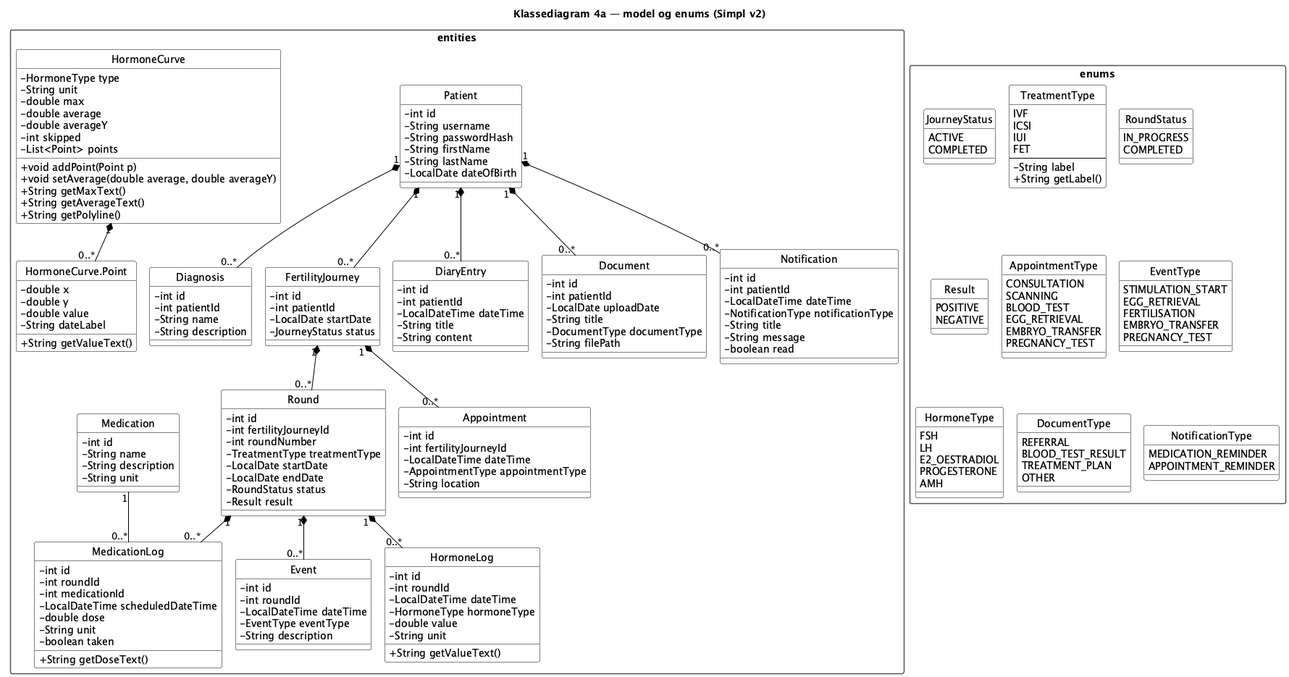
This is doc/static/Klassediagram4a.png from BesimaP/Simpl-PET-project, a PlantUML export, as it was before one commit.
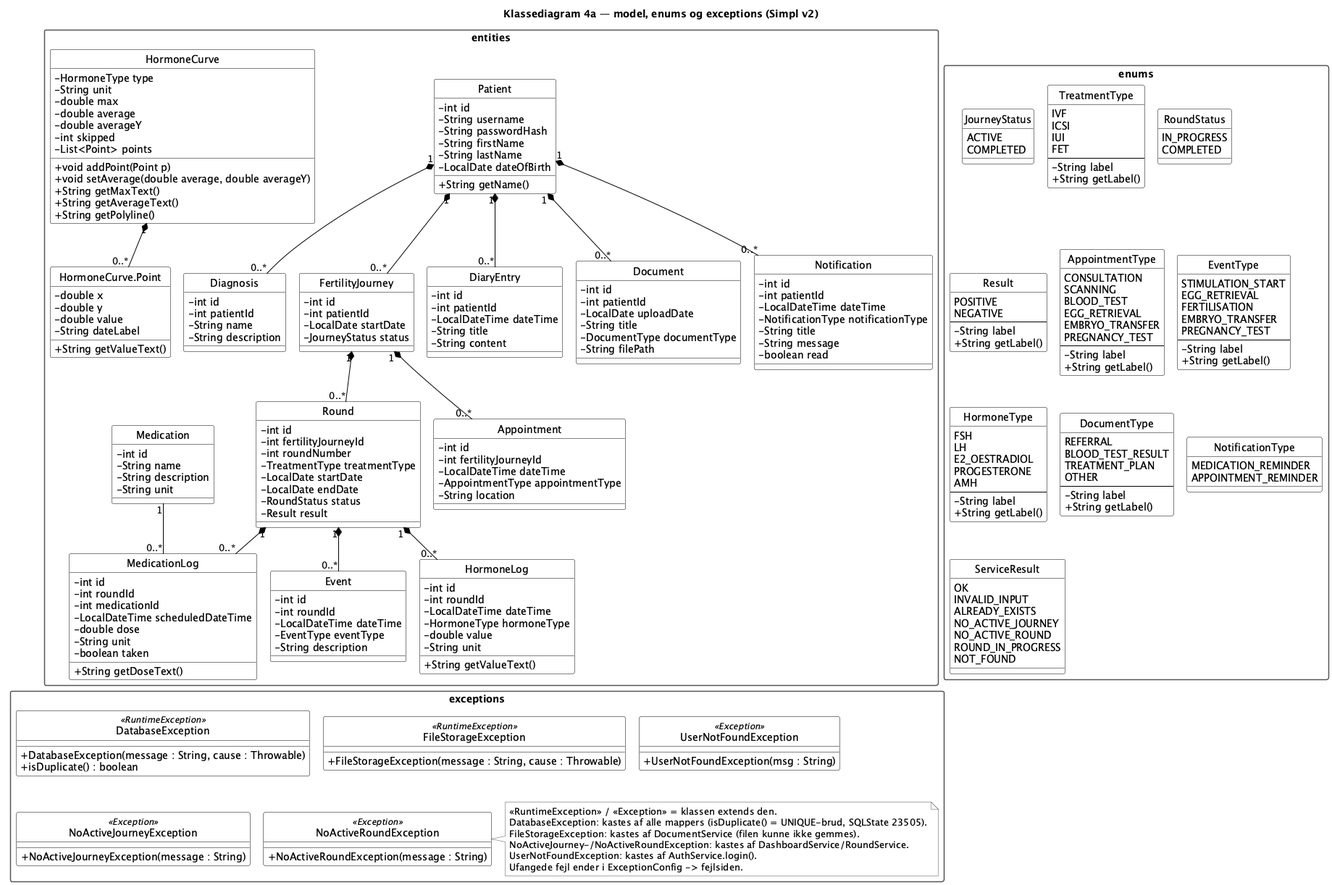
After the change.

What changed in the source:
```diff
@@ -16,7 +16,7 @@
 skinparam enumBorderColor black
 hide circle
 
-title Klassediagram 4a — model og enums (Simpl v2)
+title Klassediagram 4a — model, enums og exceptions (Simpl v2)
 
 
 package "entities" {
@@ -28,6 +28,7 @@
     - String firstName
     - String lastName
     - LocalDate dateOfBirth
+    + String getName()
   }
 
   class Diagnosis {
@@ -176,6 +177,9 @@
   enum Result {
     POSITIVE
     NEGATIVE
+    --
+    - String label
+    + String getLabel()
   }
 
   enum AppointmentType {
@@ -185,6 +189,9 @@
     EGG_RETRIEVAL
     EMBRYO_TRANSFER
     PREGNANCY_TEST
+    --
+    - String label
+    + String getLabel()
   }
 
   enum EventType {
@@ -193,6 +200,9 @@
     FERTILISATION
     EMBRYO_TRANSFER
     PREGNANCY_TEST
+    --
+    - String label
+    + String getLabel()
   }
 
   enum HormoneType {
@@ -201,6 +211,9 @@
     E2_OESTRADIOL
     PROGESTERONE
     AMH
+    --
+    - String label
+    + String getLabel()
   }
 
   enum DocumentType {
@@ -208,6 +221,9 @@
     BLOOD_TEST_RESULT
     TREATMENT_PLAN
     OTHER
+    --
+    - String label
+    + String getLabel()
   }
 
   enum NotificationType {
@@ -215,7 +231,53 @@
     APPOINTMENT_REMINDER
   }
 
+  enum ServiceResult {
+    OK
+    INVALID_INPUT
+    ALREADY_EXISTS
+    NO_ACTIVE_JOURNEY
+    NO_ACTIVE_ROUND
+    ROUND_IN_PROGRESS
+    NOT_FOUND
+  }
+
 }
+
+package "exceptions" {
+
+  class DatabaseException <<RuntimeException>> {
+    + DatabaseException(message : String, cause : Throwable)
+    + isDuplicate() : boolean
+  }
+
+  class FileStorageException <<RuntimeException>> {
+    + FileStorageException(message : String, cause : Throwable)
+  }
+
+  class NoActiveJourneyException <<Exception>> {
+    + NoActiveJourneyException(message : String)
+  }
+
+  class NoActiveRoundException <<Exception>> {
+    + NoActiveRoundException(message : String)
+  }
+
+  class UserNotFoundException <<Exception>> {
+    + UserNotFoundException(msg : String)
+  }
+
+  note as NEx
+    <<RuntimeException>> / <<Exception>> = klassen extends den.
+    DatabaseException: kastes af alle mappers (isDuplicate() = UNIQUE-brud, SQLState 23505).
+    FileStorageException: kastes af DocumentService (filen kunne ikke gemmes).
+    NoActiveJourney-/NoActiveRoundException: kastes af DashboardService/RoundService.
+    UserNotFoundException: kastes af AuthService.login().
+    Ufangede fejl ender i ExceptionConfig -> fejlsiden.
+  end note
+
+}
+
+
 
 
 Patient "1" *-- "0..*" Diagnosis
@@ -234,4 +296,22 @@
 
 HormoneCurve "1" *-- "0..*" Point
 
+JourneyStatus -[hidden]right- TreatmentType
+TreatmentType -[hidden]right- RoundStatus
+JourneyStatus -[hidden]down- Result
+Result -[hidden]right- AppointmentType
+AppointmentType -[hidden]right- EventType
+Result -[hidden]down- HormoneType
+HormoneType -[hidden]right- DocumentType
+DocumentType -[hidden]right- NotificationType
+HormoneType -[hidden]down- ServiceResult
+
+DatabaseException -[hidden]right- FileStorageException
+FileStorageException -[hidden]right- UserNotFoundException
+NoActiveJourneyException -[hidden]right- NoActiveRoundException
+NoActiveRoundException -[hidden]right- NEx
+DatabaseException -[hidden]down- NoActiveJourneyException
+
+MedicationLog -[hidden]down- DatabaseException
+
 @enduml
```
